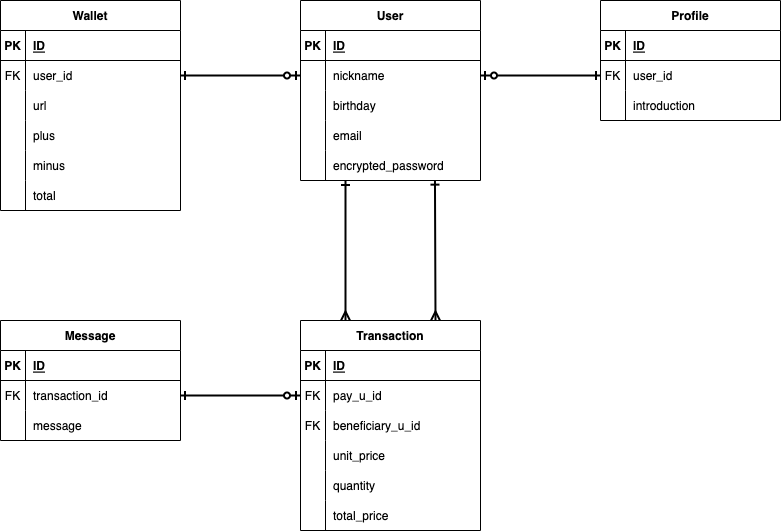
The draw.io diagram .drawio.png in KayKawa/moji-wallet, before a commit. Source tidied: cells renumbered, new cells last; positions are measured from the earlier drawing's top-left corner, leaving out a move shared by most shapes.
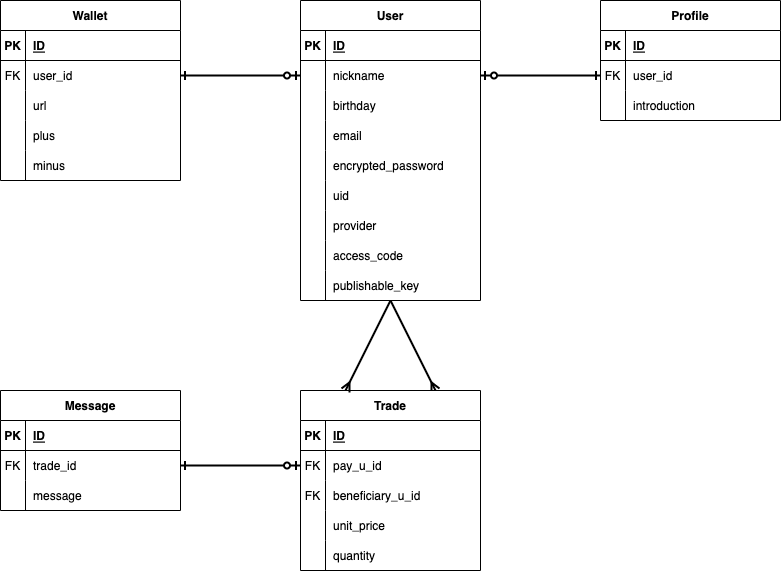
Above is the later version.

Change to the diagram source:
```diff
@@ -5,18 +5,13 @@
     <mxCell id="2" style="edgeStyle=none;html=1;exitX=1;exitY=0.5;exitDx=0;exitDy=0;entryX=0;entryY=0.5;entryDx=0;entryDy=0;strokeWidth=2;endArrow=ERone;endFill=0;startArrow=ERzeroToOne;startFill=0;" parent="1" edge="1" source="9" target="25">
       <mxGeometry relative="1" as="geometry" />
     </mxCell>
-    <mxCell id="3" style="edgeStyle=none;html=1;entryX=0.75;entryY=0;entryDx=0;entryDy=0;startArrow=ERone;startFill=0;endArrow=ERmany;endFill=0;strokeWidth=2;exitX=0.747;exitY=0.988;exitDx=0;exitDy=0;exitPerimeter=0;" parent="1" edge="1" source="18">
+    <mxCell id="3" style="edgeStyle=none;html=1;entryX=0.75;entryY=0;entryDx=0;entryDy=0;startArrow=none;startFill=0;endArrow=ERmany;endFill=0;strokeWidth=2;" parent="1" edge="1" target="50">
       <mxGeometry relative="1" as="geometry">
-        <mxPoint x="435" y="320" as="targetPoint" />
+        <mxPoint x="390" y="300" as="sourcePoint" />
       </mxGeometry>
     </mxCell>
-    <mxCell id="4" style="edgeStyle=none;html=1;entryX=0.25;entryY=0;entryDx=0;entryDy=0;startArrow=ERone;startFill=0;endArrow=ERmany;endFill=0;strokeWidth=2;exitX=0.25;exitY=1;exitDx=0;exitDy=0;exitPerimeter=0;" parent="1" edge="1" source="18">
-      <mxGeometry relative="1" as="geometry">
-        <mxPoint x="345" y="320" as="targetPoint" />
-      </mxGeometry>
-    </mxCell>
     <mxCell id="5" value="User" style="shape=table;startSize=30;rowLines=0;fontStyle=1;align=center;" parent="1" vertex="1">
-      <mxGeometry x="300" width="180" height="180" as="geometry" />
+      <mxGeometry x="300" width="180" height="300" as="geometry" />
     </mxCell>
     <mxCell id="6" style="shape=partialRectangle;fillColor=none;top=0;left=0;bottom=1;right=0;" parent="5" vertex="1">
       <mxGeometry y="30" width="180" height="30" as="geometry" />
@@ -63,6 +58,42 @@
     <mxCell id="20" value="encrypted_password" style="shape=partialRectangle;fillColor=none;top=0;left=0;bottom=0;right=0;align=left;spacingLeft=6;overflow=hidden;" parent="18" vertex="1">
       <mxGeometry x="25" width="155" height="30" as="geometry" />
     </mxCell>
+    <mxCell id="81" style="shape=partialRectangle;fillColor=none;top=0;left=0;bottom=0;right=0;" parent="5" vertex="1">
+      <mxGeometry y="180" width="180" height="30" as="geometry" />
+    </mxCell>
+    <mxCell id="82" style="shape=partialRectangle;fillColor=none;top=0;left=0;bottom=0;right=0;overflow=hidden;" parent="81" vertex="1">
+      <mxGeometry width="25" height="30" as="geometry" />
+    </mxCell>
+    <mxCell id="83" value="uid" style="shape=partialRectangle;fillColor=none;top=0;left=0;bottom=0;right=0;align=left;spacingLeft=6;overflow=hidden;" parent="81" vertex="1">
+      <mxGeometry x="25" width="155" height="30" as="geometry" />
+    </mxCell>
+    <mxCell id="84" style="shape=partialRectangle;fillColor=none;top=0;left=0;bottom=0;right=0;" parent="5" vertex="1">
+      <mxGeometry y="210" width="180" height="30" as="geometry" />
+    </mxCell>
+    <mxCell id="85" style="shape=partialRectangle;fillColor=none;top=0;left=0;bottom=0;right=0;overflow=hidden;" parent="84" vertex="1">
+      <mxGeometry width="25" height="30" as="geometry" />
+    </mxCell>
+    <mxCell id="86" value="provider" style="shape=partialRectangle;fillColor=none;top=0;left=0;bottom=0;right=0;align=left;spacingLeft=6;overflow=hidden;" parent="84" vertex="1">
+      <mxGeometry x="25" width="155" height="30" as="geometry" />
+    </mxCell>
+    <mxCell id="87" style="shape=partialRectangle;fillColor=none;top=0;left=0;bottom=0;right=0;" parent="5" vertex="1">
+      <mxGeometry y="240" width="180" height="30" as="geometry" />
+    </mxCell>
+    <mxCell id="88" style="shape=partialRectangle;fillColor=none;top=0;left=0;bottom=0;right=0;overflow=hidden;" parent="87" vertex="1">
+      <mxGeometry width="25" height="30" as="geometry" />
+    </mxCell>
+    <mxCell id="89" value="access_code" style="shape=partialRectangle;fillColor=none;top=0;left=0;bottom=0;right=0;align=left;spacingLeft=6;overflow=hidden;" parent="87" vertex="1">
+      <mxGeometry x="25" width="155" height="30" as="geometry" />
+    </mxCell>
+    <mxCell id="90" style="shape=partialRectangle;fillColor=none;top=0;left=0;bottom=0;right=0;" parent="5" vertex="1">
+      <mxGeometry y="270" width="180" height="30" as="geometry" />
+    </mxCell>
+    <mxCell id="91" style="shape=partialRectangle;fillColor=none;top=0;left=0;bottom=0;right=0;overflow=hidden;" parent="90" vertex="1">
+      <mxGeometry width="25" height="30" as="geometry" />
+    </mxCell>
+    <mxCell id="92" value="publishable_key" style="shape=partialRectangle;fillColor=none;top=0;left=0;bottom=0;right=0;align=left;spacingLeft=6;overflow=hidden;" parent="90" vertex="1">
+      <mxGeometry x="25" width="155" height="30" as="geometry" />
+    </mxCell>
     <mxCell id="21" value="Profile" style="shape=table;startSize=30;rowLines=0;fontStyle=1;align=center;" parent="1" vertex="1">
       <mxGeometry x="600" width="180" height="120" as="geometry" />
     </mxCell>
@@ -94,7 +125,7 @@
       <mxGeometry x="25" width="155" height="30" as="geometry" />
     </mxCell>
     <mxCell id="31" value="Wallet" style="shape=table;startSize=30;rowLines=0;fontStyle=1;align=center;" parent="1" vertex="1">
-      <mxGeometry width="180" height="210" as="geometry" />
+      <mxGeometry width="180" height="180" as="geometry" />
     </mxCell>
     <mxCell id="32" style="shape=partialRectangle;fillColor=none;top=0;left=0;bottom=1;right=0;" parent="31" vertex="1">
       <mxGeometry y="30" width="180" height="30" as="geometry" />
@@ -141,17 +172,8 @@
     <mxCell id="46" value="minus" style="shape=partialRectangle;fillColor=none;top=0;left=0;bottom=0;right=0;align=left;spacingLeft=6;overflow=hidden;" parent="44" vertex="1">
       <mxGeometry x="25" width="155" height="30" as="geometry" />
     </mxCell>
-    <mxCell id="47" style="shape=partialRectangle;fillColor=none;top=0;left=0;bottom=0;right=0;" parent="31" vertex="1">
-      <mxGeometry y="180" width="180" height="30" as="geometry" />
-    </mxCell>
-    <mxCell id="48" style="shape=partialRectangle;fillColor=none;top=0;left=0;bottom=0;right=0;overflow=hidden;" parent="47" vertex="1">
-      <mxGeometry width="25" height="30" as="geometry" />
-    </mxCell>
-    <mxCell id="49" value="total" style="shape=partialRectangle;fillColor=none;top=0;left=0;bottom=0;right=0;align=left;spacingLeft=6;overflow=hidden;" parent="47" vertex="1">
-      <mxGeometry x="25" width="155" height="30" as="geometry" />
-    </mxCell>
-    <mxCell id="50" value="Transaction" style="shape=table;startSize=30;rowLines=0;fontStyle=1;align=center;" parent="1" vertex="1">
-      <mxGeometry x="300" y="320" width="180" height="210" as="geometry" />
+    <mxCell id="50" value="Trade" style="shape=table;startSize=30;rowLines=0;fontStyle=1;align=center;" parent="1" vertex="1">
+      <mxGeometry x="300" y="390" width="180" height="180" as="geometry" />
     </mxCell>
     <mxCell id="51" style="shape=partialRectangle;fillColor=none;top=0;left=0;bottom=1;right=0;" parent="50" vertex="1">
       <mxGeometry y="30" width="180" height="30" as="geometry" />
@@ -198,17 +220,8 @@
     <mxCell id="65" value="quantity" style="shape=partialRectangle;fillColor=none;top=0;left=0;bottom=0;right=0;align=left;spacingLeft=6;overflow=hidden;" parent="63" vertex="1">
       <mxGeometry x="25" width="155" height="30" as="geometry" />
     </mxCell>
-    <mxCell id="66" style="shape=partialRectangle;fillColor=none;top=0;left=0;bottom=0;right=0;" parent="50" vertex="1">
-      <mxGeometry y="180" width="180" height="30" as="geometry" />
-    </mxCell>
-    <mxCell id="67" style="shape=partialRectangle;fillColor=none;top=0;left=0;bottom=0;right=0;overflow=hidden;" parent="66" vertex="1">
-      <mxGeometry width="25" height="30" as="geometry" />
-    </mxCell>
-    <mxCell id="68" value="total_price" style="shape=partialRectangle;fillColor=none;top=0;left=0;bottom=0;right=0;align=left;spacingLeft=6;overflow=hidden;" parent="66" vertex="1">
-      <mxGeometry x="25" width="155" height="30" as="geometry" />
-    </mxCell>
     <mxCell id="69" value="Message" style="shape=table;startSize=30;rowLines=0;fontStyle=1;align=center;" parent="1" vertex="1">
-      <mxGeometry y="320" width="180" height="120" as="geometry" />
+      <mxGeometry y="390" width="180" height="120" as="geometry" />
     </mxCell>
     <mxCell id="70" style="shape=partialRectangle;fillColor=none;top=0;left=0;bottom=1;right=0;" parent="69" vertex="1">
       <mxGeometry y="30" width="180" height="30" as="geometry" />
@@ -225,7 +238,7 @@
     <mxCell id="74" value="FK" style="shape=partialRectangle;fillColor=none;top=0;left=0;bottom=0;right=0;overflow=hidden;" parent="73" vertex="1">
       <mxGeometry width="25" height="30" as="geometry" />
     </mxCell>
-    <mxCell id="75" value="transaction_id" style="shape=partialRectangle;fillColor=none;top=0;left=0;bottom=0;right=0;align=left;spacingLeft=6;overflow=hidden;" parent="73" vertex="1">
+    <mxCell id="75" value="trade_id" style="shape=partialRectangle;fillColor=none;top=0;left=0;bottom=0;right=0;align=left;spacingLeft=6;overflow=hidden;" parent="73" vertex="1">
       <mxGeometry x="25" width="155" height="30" as="geometry" />
     </mxCell>
     <mxCell id="76" style="shape=partialRectangle;fillColor=none;top=0;left=0;bottom=0;right=0;" parent="69" vertex="1">
@@ -243,5 +256,8 @@
     <mxCell id="80" style="edgeStyle=none;html=1;entryX=1;entryY=0.5;entryDx=0;entryDy=0;startArrow=ERzeroToOne;startFill=0;endArrow=ERone;endFill=0;strokeWidth=2;" parent="1" edge="1" source="54" target="73">
       <mxGeometry relative="1" as="geometry" />
     </mxCell>
+    <mxCell id="93" style="edgeStyle=none;html=1;entryX=0.25;entryY=0;entryDx=0;entryDy=0;startArrow=none;startFill=0;endArrow=ERmany;endFill=0;strokeWidth=2;exitX=0.5;exitY=1;exitDx=0;exitDy=0;" parent="1" edge="1" source="5" target="50">
+      <mxGeometry relative="1" as="geometry" />
+    </mxCell>
   </root>
 </mxGraphModel>
```
